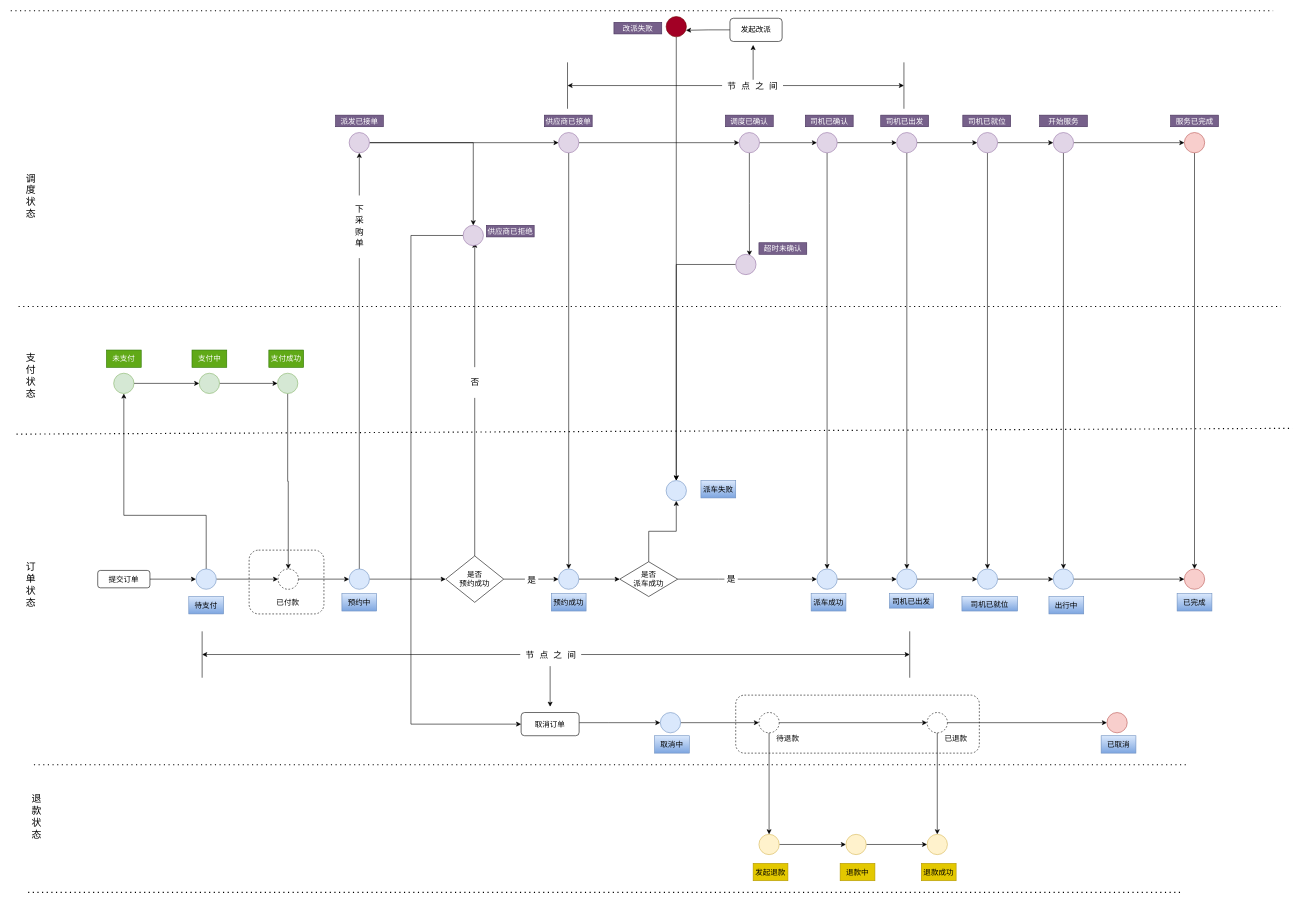
Earlier version of the draw.io diagram 状态机.drawio (nbnbnb/Draw). Source tidied: cells renumbered, new cells numbered last; positions are measured from the earlier drawing's top-left corner, leaving out a move shared by most shapes. Both pictures are drawn from the tidied source at 58%, with x=0, y=0 at pixel (10, 10).
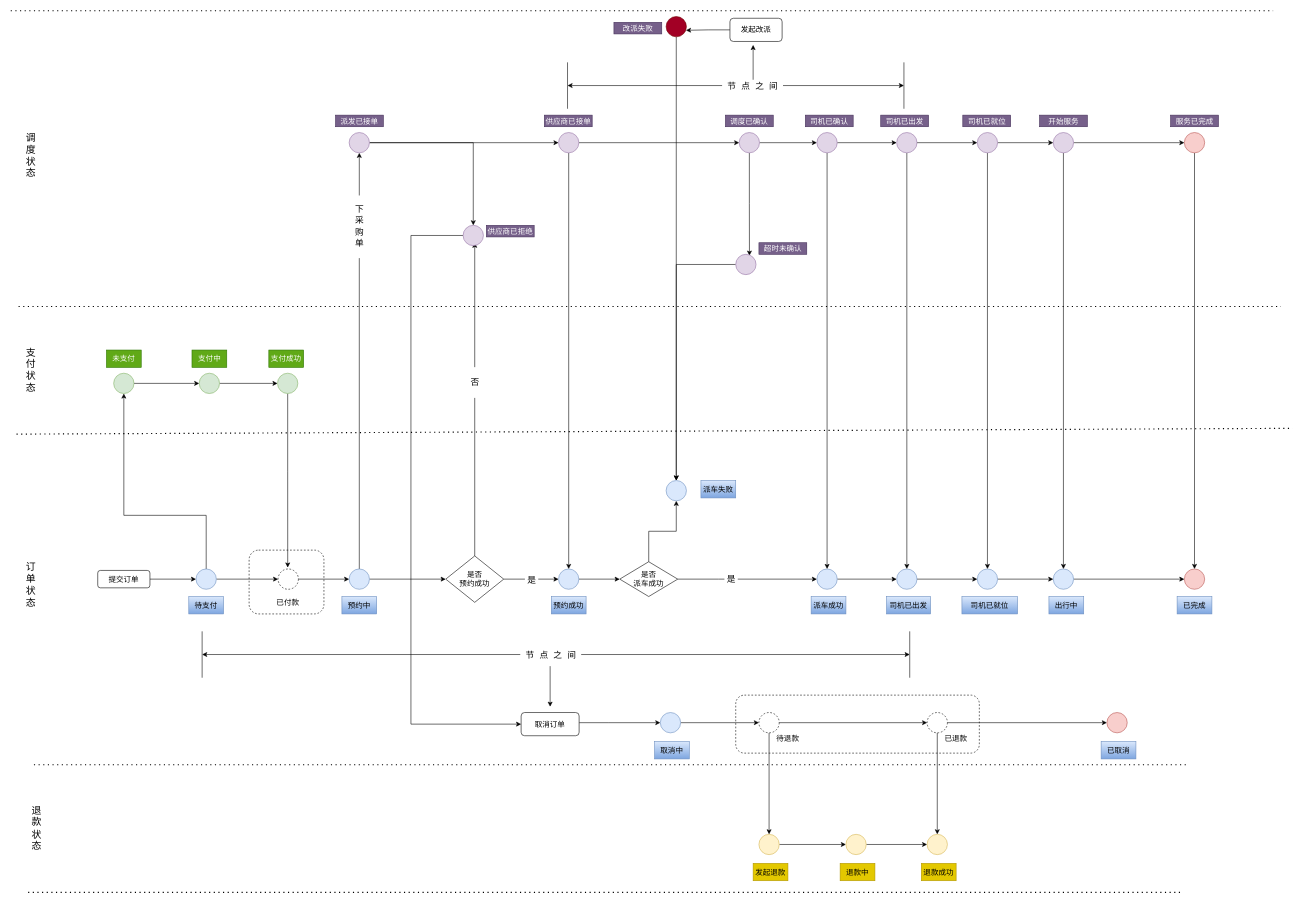
Above is the later version.

Commit message:
更新状态机.drawio

The change refers to these unchanged cells:
```xml
<mxCell id="3" style="rounded=1;whiteSpace=wrap;html=1;dashed=1;fontSize=13;" parent="1" vertex="1">
  <mxGeometry x="411" y="930" width="129" height="110" as="geometry" />
</mxCell>
<mxCell id="15" style="ellipse;whiteSpace=wrap;html=1;fontSize=13;dashed=1;" parent="1" vertex="1">
  <mxGeometry x="461" y="962.5" width="35" height="35" as="geometry" />
</mxCell>
<mxCell id="55" style="ellipse;whiteSpace=wrap;html=1;fontSize=13;fillColor=#d5e8d4;strokeColor=#82b366;" parent="1" vertex="1">
  <mxGeometry x="460" y="625" width="35" height="35" as="geometry" />
</mxCell>
```

What changed in the source:
```diff
@@
     <mxCell id="6" value="调度状态" style="text;html=1;strokeColor=none;fillColor=none;align=center;verticalAlign=middle;whiteSpace=wrap;rounded=0;fontSize=17;direction=south;" parent="1" vertex="1">
-      <mxGeometry x="20" y="290" width="30" height="60" as="geometry" />
+      <mxGeometry x="20" y="220" width="30" height="60" as="geometry" />
     </mxCell>
     <mxCell id="7" value="支付状态" style="text;html=1;strokeColor=none;fillColor=none;align=center;verticalAlign=middle;whiteSpace=wrap;rounded=0;fontSize=17;direction=south;" parent="1" vertex="1">
-      <mxGeometry x="20" y="600" width="30" height="60" as="geometry" />
+      <mxGeometry x="20" y="590" width="30" height="60" as="geometry" />
     </mxCell>
@@
     <mxCell id="29" value="预约中" style="text;html=1;strokeColor=#6c8ebf;fillColor=#dae8fc;align=center;verticalAlign=middle;whiteSpace=wrap;rounded=0;fontSize=13;gradientColor=#7ea6e0;" parent="1" vertex="1">
-      <mxGeometry x="571" y="1005" width="60" height="30" as="geometry" />
+      <mxGeometry x="571" y="1010" width="60" height="30" as="geometry" />
     </mxCell>
     <mxCell id="30" value="预约成功" style="text;html=1;strokeColor=#6c8ebf;fillColor=#dae8fc;align=center;verticalAlign=middle;whiteSpace=wrap;rounded=0;fontSize=13;gradientColor=#7ea6e0;" parent="1" vertex="1">
-      <mxGeometry x="932" y="1005" width="60" height="30" as="geometry" />
+      <mxGeometry x="932" y="1010" width="60" height="30" as="geometry" />
     </mxCell>
@@
     <mxCell id="37" value="派车成功" style="text;html=1;strokeColor=#6c8ebf;fillColor=#dae8fc;align=center;verticalAlign=middle;whiteSpace=wrap;rounded=0;fontSize=13;gradientColor=#7ea6e0;" parent="1" vertex="1">
-      <mxGeometry x="1380" y="1005" width="60" height="30" as="geometry" />
+      <mxGeometry x="1380" y="1010" width="60" height="30" as="geometry" />
     </mxCell>
@@
     <mxCell id="40" value="司机已出发" style="text;html=1;strokeColor=#6c8ebf;fillColor=#dae8fc;align=center;verticalAlign=middle;whiteSpace=wrap;rounded=0;fontSize=13;gradientColor=#7ea6e0;" parent="1" vertex="1">
-      <mxGeometry x="1515" y="1005" width="76" height="25" as="geometry" />
+      <mxGeometry x="1510" y="1010" width="76" height="30" as="geometry" />
     </mxCell>
@@
     <mxCell id="43" value="司机已就位" style="text;html=1;strokeColor=#6c8ebf;fillColor=#dae8fc;align=center;verticalAlign=middle;whiteSpace=wrap;rounded=0;fontSize=13;gradientColor=#7ea6e0;" parent="1" vertex="1">
-      <mxGeometry x="1640" y="1010" width="96" height="25" as="geometry" />
+      <mxGeometry x="1640" y="1010" width="96" height="30" as="geometry" />
     </mxCell>
@@
     <mxCell id="48" value="已完成" style="text;html=1;strokeColor=#6c8ebf;fillColor=#dae8fc;align=center;verticalAlign=middle;whiteSpace=wrap;rounded=0;fontSize=13;gradientColor=#7ea6e0;" parent="1" vertex="1">
-      <mxGeometry x="2011" y="1005" width="60" height="30" as="geometry" />
+      <mxGeometry x="2011" y="1010" width="60" height="30" as="geometry" />
     </mxCell>
@@
-    <mxCell id="54" style="edgeStyle=orthogonalEdgeStyle;rounded=0;jettySize=auto;html=1;entryX=0.5;entryY=0;entryDx=0;entryDy=0;fontSize=15;" parent="1" edge="1" source="55" target="15">
-      <mxGeometry relative="1" as="geometry" />
-    </mxCell>
+    <mxCell id="139" style="edgeStyle=orthogonalEdgeStyle;rounded=0;jettySize=auto;html=1;entryX=0.516;entryY=0.273;entryDx=0;entryDy=0;entryPerimeter=0;fontFamily=Lucida Console;fontSize=15;" parent="1" edge="1" source="55" target="3">
+      <mxGeometry relative="1" as="geometry" />
+    </mxCell>
@@
     <mxCell id="96" value="退&lt;br&gt;款&lt;br&gt;状态" style="text;html=1;strokeColor=none;fillColor=none;align=center;verticalAlign=middle;whiteSpace=wrap;rounded=0;fontSize=17;direction=south;" parent="1" vertex="1">
-      <mxGeometry x="30" y="1360" width="30" height="60" as="geometry" />
+      <mxGeometry x="30" y="1380" width="30" height="60" as="geometry" />
     </mxCell>
@@
     <mxCell id="104" value="已取消" style="text;html=1;strokeColor=#6c8ebf;fillColor=#dae8fc;align=center;verticalAlign=middle;whiteSpace=wrap;rounded=0;fontSize=13;gradientColor=#7ea6e0;" parent="1" vertex="1">
-      <mxGeometry x="1880" y="1250" width="60" height="30" as="geometry" />
+      <mxGeometry x="1880" y="1260" width="60" height="30" as="geometry" />
     </mxCell>
     <mxCell id="105" value="取消中" style="text;html=1;strokeColor=#6c8ebf;fillColor=#dae8fc;align=center;verticalAlign=middle;whiteSpace=wrap;rounded=0;fontSize=13;gradientColor=#7ea6e0;" parent="1" vertex="1">
-      <mxGeometry x="1110" y="1250" width="60" height="30" as="geometry" />
+      <mxGeometry x="1110" y="1260" width="60" height="30" as="geometry" />
     </mxCell>
```
